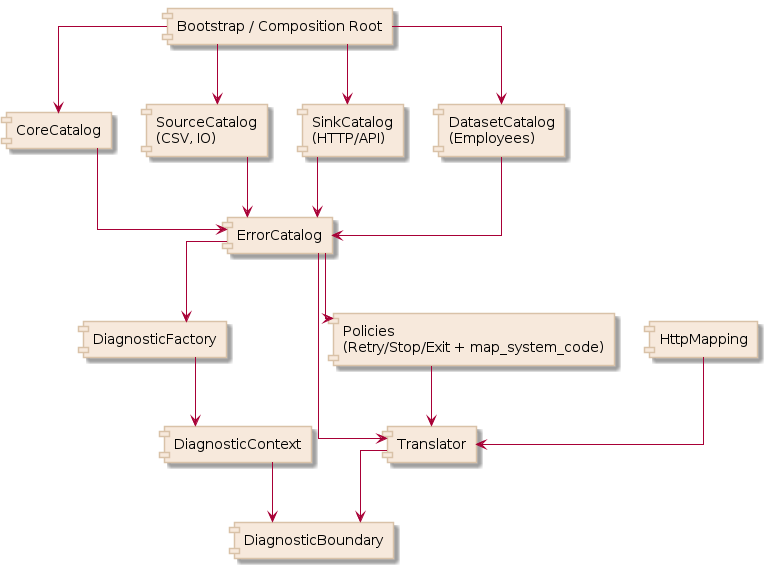
Before: docs/uml/pipeline/diagnostic_layer/diagnostic_layer_components.png, a diagram exported from PlantUML (xORex-LC/nexus-etl). Its source is kept beside it as docs/uml/pipeline/diagnostic_layer/diagnostic_layer_components.puml.
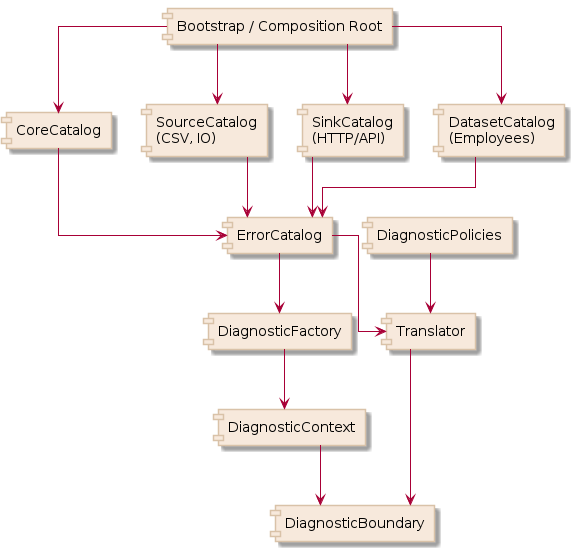
The same diagram one commit later.

What changed in the source:
```diff
@@ -20,8 +20,7 @@
 component "DiagnosticFactory" as factory
 component "DiagnosticContext" as ctx
 component "Translator" as translator
-component "HttpMapping" as httpmap
-component "Policies\n(Retry/Stop/Exit + map_system_code)" as policy
+component "DiagnosticPolicies" as policy
 component "DiagnosticBoundary" as boundary
 
 boot --> core
@@ -37,8 +36,6 @@
 catalog --> factory
 factory --> ctx
 catalog --> translator
-httpmap --> translator
-catalog --> policy
 policy --> translator
 
 translator --> boundary
```
